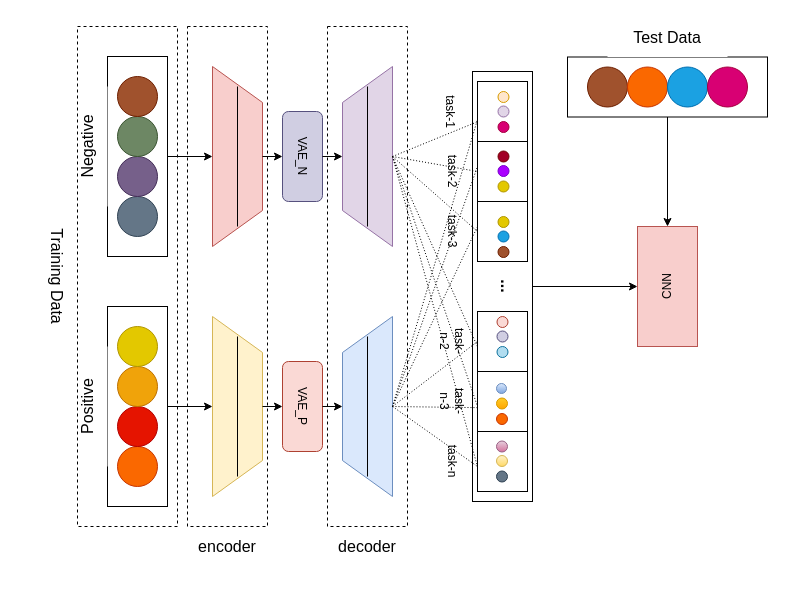
chenjin/Paper keeps this draw.io diagram as page "Page-1" (1 of 2) of Seizure/Table$Image/VMAML-Framework.drawio. Above is the earlier version. Source tidied: cells renumbered, new cells numbered last; positions are measured from the earlier drawing's top-left corner, leaving out a move shared by most shapes. Both pictures are drawn from the tidied source at 100%, with x=0, y=0 at pixel (-3, 16).
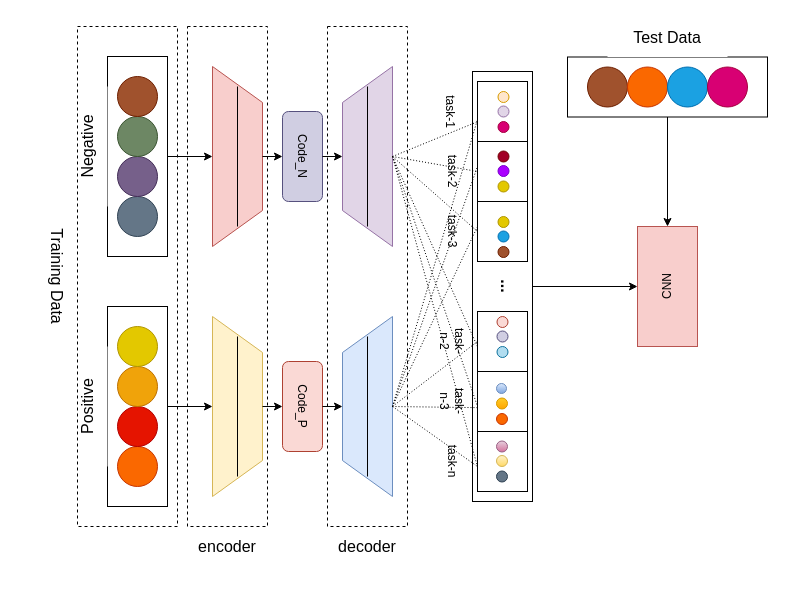
After the change.

Unchanged cells that the change refers to:
```xml
<mxCell id="3" style="group;dashed=1;" parent="2" vertex="1">
  <mxGeometry width="750" height="460" as="geometry" />
</mxCell>
```

Diff of the diagram source:
```diff
@@
-    <mxCell id="4" value="VAE_N" style="rounded=1;whiteSpace=wrap;html=1;rotation=90;fillColor=#d0cee2;strokeColor=#56517e;" parent="3" vertex="1">
+    <mxCell id="4" value="Code_N" style="rounded=1;whiteSpace=wrap;html=1;rotation=90;fillColor=#d0cee2;strokeColor=#56517e;" parent="3" vertex="1">
       <mxGeometry x="240" y="50" width="90" height="40" as="geometry" />
     </mxCell>
-    <mxCell id="5" value="VAE_P" style="rounded=1;whiteSpace=wrap;html=1;rotation=90;fillColor=#fad9d5;strokeColor=#ae4132;" parent="3" vertex="1">
+    <mxCell id="5" value="Code_P" style="rounded=1;whiteSpace=wrap;html=1;rotation=90;fillColor=#fad9d5;strokeColor=#ae4132;" parent="3" vertex="1">
       <mxGeometry x="240" y="300" width="90" height="40" as="geometry" />
     </mxCell>
```
